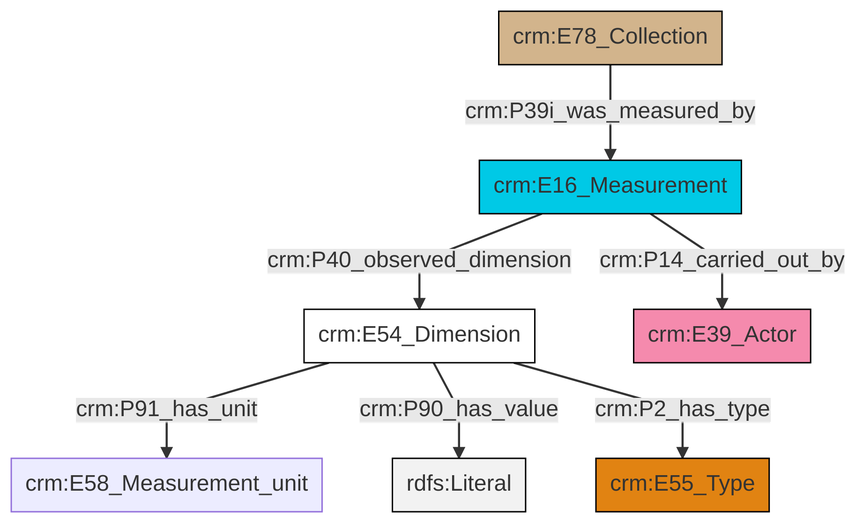
Above: et/archivalCSV/ttl/mmd/png/archival_substance.png in swiss-art-research-net/docs.swissartresearch (Mermaid), before the change. Its source is kept beside it as et/archivalCSV/ttl/mmd/archival_substance.ttl.mmd.
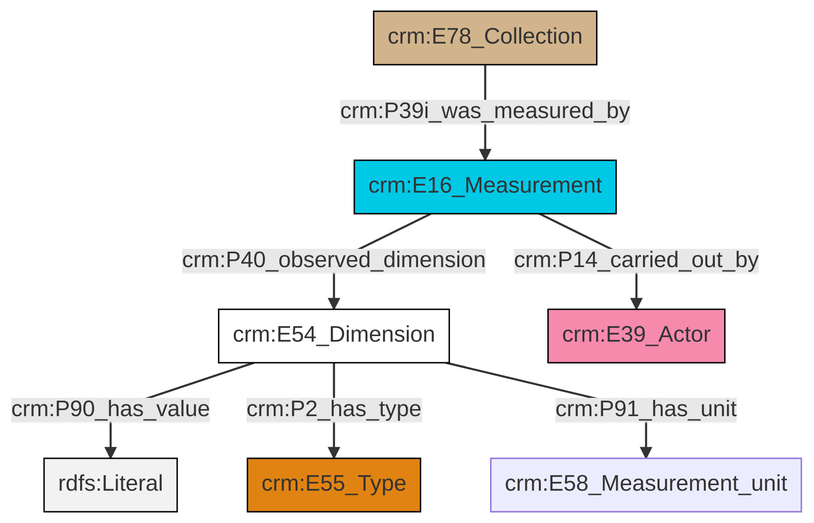
Later version of the same file.

The edit, as a diff of the source:
```diff
@@ -13,9 +13,9 @@
 classDef PC_Classes fill:#4ce600, stroke:#000000;
 classDef Multi fill:#cccccc,stroke:#000000;
 
-2["crm:E78_Collection"]:::Physical_Thing -->|crm:P39i_was_measured_by| 3["crm:E16_Measurement"]:::Temporal_Entity
-0["crm:E54_Dimension"]:::CRM_Entity -->|crm:P91_has_unit| 9["crm:E58_Measurement_unit"]:::Default
-3["crm:E16_Measurement"]:::Temporal_Entity -->|crm:P40_observed_dimension| 0["crm:E54_Dimension"]:::CRM_Entity
-0["crm:E54_Dimension"]:::CRM_Entity -->|crm:P90_has_value| 11[rdfs:Literal]:::Literal
-3["crm:E16_Measurement"]:::Temporal_Entity -->|crm:P14_carried_out_by| 6["crm:E39_Actor"]:::Actor
-0["crm:E54_Dimension"]:::CRM_Entity -->|crm:P2_has_type| 4["crm:E55_Type"]:::Type
+0["crm:E54_Dimension"]:::CRM_Entity -->|crm:P90_has_value| 1[rdfs:Literal]:::Literal
+0["crm:E54_Dimension"]:::CRM_Entity -->|crm:P2_has_type| 2["crm:E55_Type"]:::Type
+0["crm:E54_Dimension"]:::CRM_Entity -->|crm:P91_has_unit| 3["crm:E58_Measurement_unit"]:::Default
+4["crm:E78_Collection"]:::Physical_Thing -->|crm:P39i_was_measured_by| 7["crm:E16_Measurement"]:::Temporal_Entity
+7["crm:E16_Measurement"]:::Temporal_Entity -->|crm:P14_carried_out_by| 11["crm:E39_Actor"]:::Actor
+7["crm:E16_Measurement"]:::Temporal_Entity -->|crm:P40_observed_dimension| 0["crm:E54_Dimension"]:::CRM_Entity
```
